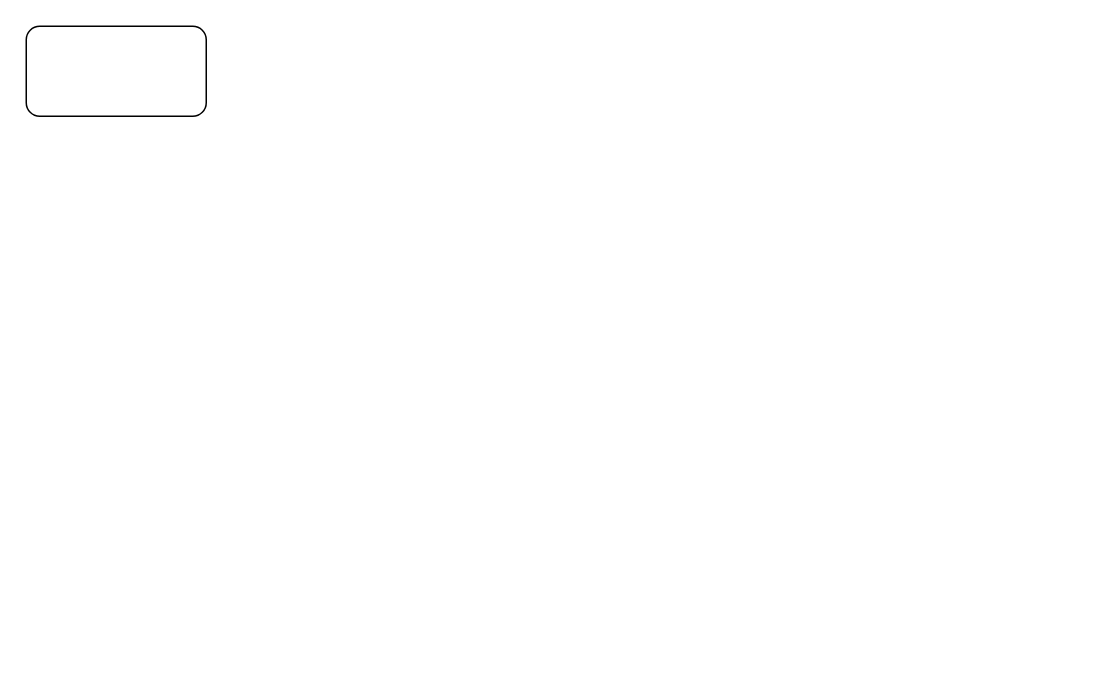
The draw.io diagram Untitled Diagram.drawio in ambi-ly/aerosolve, before the edit. Source tidied: cells renumbered, new cells numbered last; positions are measured from the earlier drawing's top-left corner, leaving out a move shared by most shapes. Both pictures are drawn from the tidied source at 150%, with x=0, y=0 at pixel (26, 26).
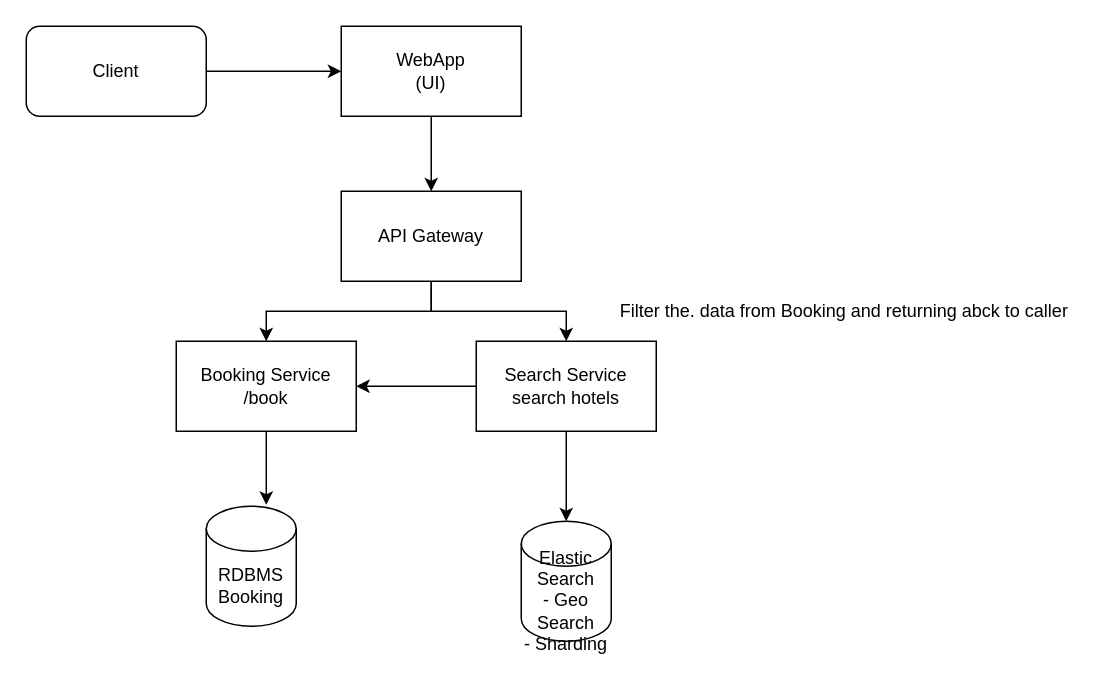
The same page after the edit.

What changed in the source:
```diff
@@
 <mxGraphModel>
   <root>
     <mxCell id="0" />
     <mxCell id="1" parent="0" />
+    <mxCell id="3" style="edgeStyle=orthogonalEdgeStyle;rounded=0;jettySize=auto;html=1;" parent="1" edge="1" source="2">
+      <mxGeometry relative="1" as="geometry">
+        <mxPoint x="210" y="30" as="targetPoint" />
+      </mxGeometry>
+    </mxCell>
-    <mxCell id="2" style="rounded=1;whiteSpace=wrap;html=1;" parent="1" vertex="1">
+    <mxCell id="2" value="Client" style="rounded=1;whiteSpace=wrap;html=1;" parent="1" vertex="1">
       <mxGeometry width="120" height="60" as="geometry" />
     </mxCell>
+    <mxCell id="4" style="edgeStyle=orthogonalEdgeStyle;rounded=0;jettySize=auto;html=1;" parent="1" edge="1" source="5">
+      <mxGeometry relative="1" as="geometry">
+        <mxPoint x="270" y="110" as="targetPoint" />
+      </mxGeometry>
+    </mxCell>
+    <mxCell id="5" value="WebApp&lt;br&gt;(UI)" style="rounded=0;whiteSpace=wrap;html=1;" parent="1" vertex="1">
+      <mxGeometry x="210" width="120" height="60" as="geometry" />
+    </mxCell>
+    <mxCell id="6" style="edgeStyle=orthogonalEdgeStyle;rounded=0;jettySize=auto;html=1;entryX=0.5;entryY=0;entryDx=0;entryDy=0;" parent="1" edge="1" source="8" target="10">
+      <mxGeometry relative="1" as="geometry" />
+    </mxCell>
+    <mxCell id="7" style="edgeStyle=orthogonalEdgeStyle;rounded=0;jettySize=auto;html=1;entryX=0.5;entryY=0;entryDx=0;entryDy=0;" parent="1" edge="1" source="8" target="13">
+      <mxGeometry relative="1" as="geometry" />
+    </mxCell>
+    <mxCell id="8" value="API Gateway" style="rounded=0;whiteSpace=wrap;html=1;" parent="1" vertex="1">
+      <mxGeometry x="210" y="110" width="120" height="60" as="geometry" />
+    </mxCell>
+    <mxCell id="9" style="edgeStyle=orthogonalEdgeStyle;rounded=0;jettySize=auto;html=1;entryX=0.667;entryY=-0.012;entryDx=0;entryDy=0;entryPerimeter=0;" parent="1" edge="1" source="10" target="14">
+      <mxGeometry relative="1" as="geometry" />
+    </mxCell>
+    <mxCell id="10" value="Booking Service&lt;br&gt;/book" style="rounded=0;whiteSpace=wrap;html=1;" parent="1" vertex="1">
+      <mxGeometry x="100" y="210" width="120" height="60" as="geometry" />
+    </mxCell>
+    <mxCell id="11" style="edgeStyle=orthogonalEdgeStyle;rounded=0;jettySize=auto;html=1;" parent="1" edge="1" source="13" target="10">
+      <mxGeometry relative="1" as="geometry" />
+    </mxCell>
+    <mxCell id="12" style="edgeStyle=orthogonalEdgeStyle;rounded=0;jettySize=auto;html=1;entryX=0.5;entryY=0;entryDx=0;entryDy=0;entryPerimeter=0;" parent="1" edge="1" source="13" target="15">
+      <mxGeometry relative="1" as="geometry" />
+    </mxCell>
+    <mxCell id="13" value="Search Service&lt;br&gt;search hotels" style="rounded=0;whiteSpace=wrap;html=1;" parent="1" vertex="1">
+      <mxGeometry x="300" y="210" width="120" height="60" as="geometry" />
+    </mxCell>
+    <mxCell id="14" value="RDBMS&lt;br&gt;Booking" style="shape=cylinder3;whiteSpace=wrap;html=1;boundedLbl=1;backgroundOutline=1;size=15;" parent="1" vertex="1">
+      <mxGeometry x="120" y="320" width="60" height="80" as="geometry" />
+    </mxCell>
+    <mxCell id="15" value="Elastic Search&lt;br&gt;- Geo Search&lt;br&gt;- Sharding" style="shape=cylinder3;whiteSpace=wrap;html=1;boundedLbl=1;backgroundOutline=1;size=15;" parent="1" vertex="1">
+      <mxGeometry x="330" y="330" width="60" height="80" as="geometry" />
+    </mxCell>
+    <mxCell id="16" value="Filter the. data from Booking and returning abck to caller" style="text;html=1;align=center;verticalAlign=middle;strokeColor=none;" parent="1" vertex="1">
+      <mxGeometry x="390" y="180" width="310" height="20" as="geometry" />
+    </mxCell>
   </root>
 </mxGraphModel>
```
